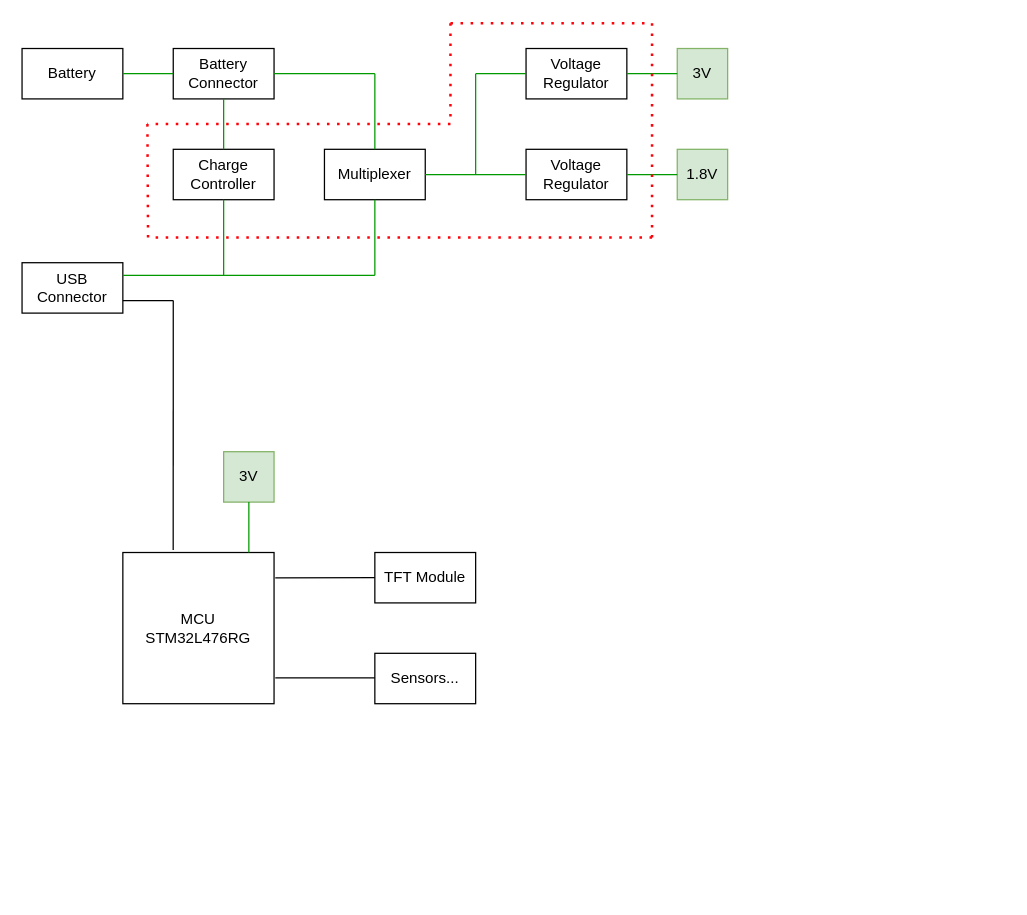
This is hw/smart_watch_diagram.drawio from zzatuchni/smart_watch, a draw.io file, before an edit. Source tidied: cells renumbered, new cells numbered last; positions are measured from the earlier drawing's top-left corner, leaving out a move shared by most shapes. Both pictures are drawn from the tidied source at 126%, with x=0, y=0 at pixel (21, 23).
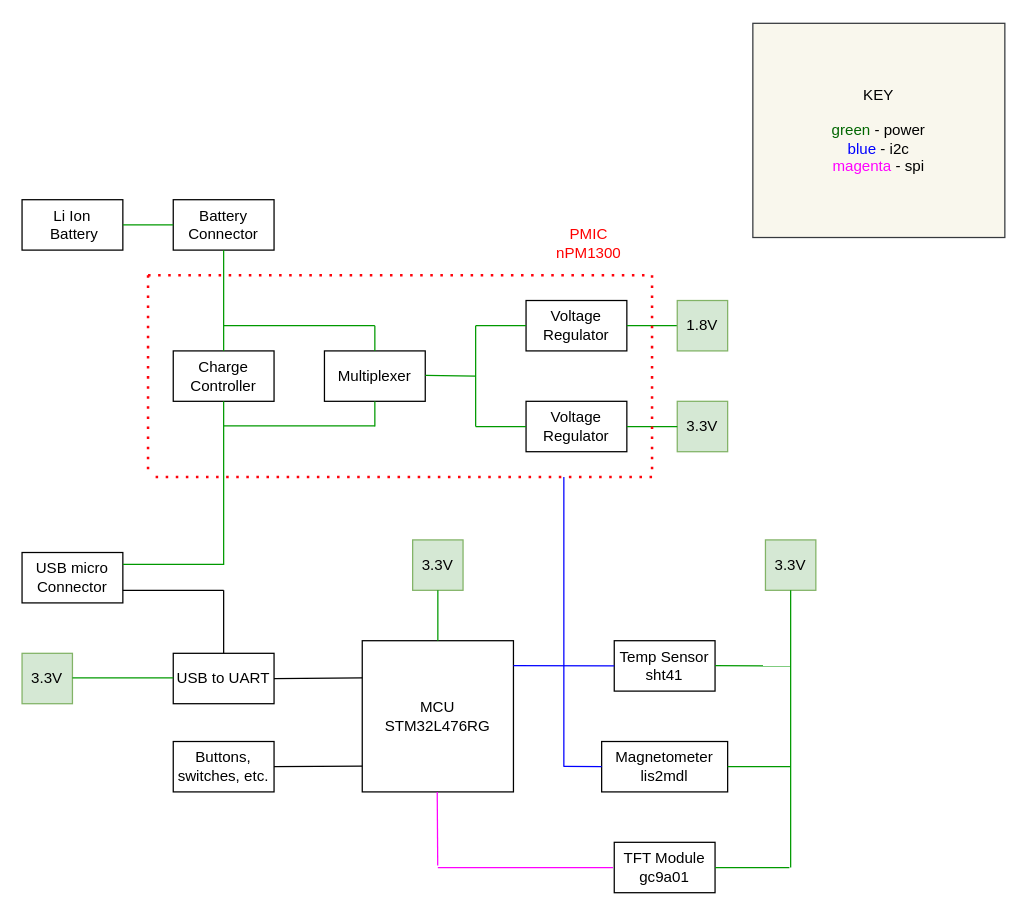
The same diagram, later.

Change to the diagram source:
```diff
@@
     <mxCell id="2" value="&lt;div&gt;MCU&lt;br&gt;&lt;/div&gt;&lt;div&gt;STM32L476RG&lt;/div&gt;" style="rounded=0;whiteSpace=wrap;html=1;" parent="1" vertex="1">
-      <mxGeometry x="80" y="420" width="120" height="120" as="geometry" />
+      <mxGeometry x="270" y="490" width="120" height="120" as="geometry" />
     </mxCell>
-    <mxCell id="3" value="Battery" style="rounded=0;whiteSpace=wrap;html=1;" parent="1" vertex="1">
-      <mxGeometry y="20" width="80" height="40" as="geometry" />
+    <mxCell id="3" value="&lt;div&gt;Li Ion&lt;/div&gt;&lt;div&gt;&amp;nbsp;Battery&lt;/div&gt;" style="rounded=0;whiteSpace=wrap;html=1;" parent="1" vertex="1">
+      <mxGeometry y="140" width="80" height="40" as="geometry" />
     </mxCell>
     <mxCell id="4" value="&lt;div&gt;Battery &lt;br&gt;&lt;/div&gt;&lt;div&gt;Connector&lt;/div&gt;" style="rounded=0;whiteSpace=wrap;html=1;" parent="1" vertex="1">
-      <mxGeometry x="120" y="20" width="80" height="40" as="geometry" />
+      <mxGeometry x="120" y="140" width="80" height="40" as="geometry" />
     </mxCell>
-    <mxCell id="5" value="USB Connector" style="rounded=0;whiteSpace=wrap;html=1;" parent="1" vertex="1">
-      <mxGeometry y="190" width="80" height="40" as="geometry" />
+    <mxCell id="5" value="USB micro Connector" style="rounded=0;whiteSpace=wrap;html=1;" parent="1" vertex="1">
+      <mxGeometry y="420" width="80" height="40" as="geometry" />
     </mxCell>
-    <mxCell id="6" value="TFT Module" style="rounded=0;whiteSpace=wrap;html=1;" parent="1" vertex="1">
-      <mxGeometry x="280" y="420" width="80" height="40" as="geometry" />
+    <mxCell id="6" value="&lt;div&gt;TFT Module&lt;/div&gt;&lt;div&gt;gc9a01&lt;br&gt;&lt;/div&gt;" style="rounded=0;whiteSpace=wrap;html=1;" parent="1" vertex="1">
+      <mxGeometry x="470" y="650" width="80" height="40" as="geometry" />
     </mxCell>
-    <mxCell id="7" value="Sensors..." style="rounded=0;whiteSpace=wrap;html=1;" parent="1" vertex="1">
-      <mxGeometry x="280" y="500" width="80" height="40" as="geometry" />
+    <mxCell id="7" value="&lt;div&gt;Temp Sensor&lt;/div&gt;&lt;div&gt;sht41&lt;br&gt;&lt;/div&gt;" style="rounded=0;whiteSpace=wrap;html=1;" parent="1" vertex="1">
+      <mxGeometry x="470" y="490" width="80" height="40" as="geometry" />
     </mxCell>
@@
     <mxCell id="9" value="&lt;div&gt;Voltage Regulator&lt;/div&gt;" style="rounded=0;whiteSpace=wrap;html=1;" parent="1" vertex="1">
-      <mxGeometry x="400" y="100" width="80" height="40" as="geometry" />
+      <mxGeometry x="400" y="300" width="80" height="40" as="geometry" />
     </mxCell>
     <mxCell id="10" value="Multiplexer" style="rounded=0;whiteSpace=wrap;html=1;" parent="1" vertex="1">
-      <mxGeometry x="240" y="100" width="80" height="40" as="geometry" />
+      <mxGeometry x="240" y="260" width="80" height="40" as="geometry" />
     </mxCell>
-    <mxCell id="11" value="1.8V" style="rounded=0;whiteSpace=wrap;html=1;fillColor=#d5e8d4;strokeColor=#82b366;" parent="1" vertex="1">
-      <mxGeometry x="520" y="100" width="40" height="40" as="geometry" />
+    <mxCell id="11" value="3.3V" style="rounded=0;whiteSpace=wrap;html=1;fillColor=#d5e8d4;strokeColor=#82b366;" parent="1" vertex="1">
+      <mxGeometry x="520" y="300" width="40" height="40" as="geometry" />
     </mxCell>
@@
-    <mxCell id="13" style="endArrow=none;html=1;rounded=0;exitX=1.008;exitY=0.167;exitDx=0;exitDy=0;exitPerimeter=0;" parent="1" edge="1" source="2">
+    <mxCell id="13" style="endArrow=none;html=1;rounded=0;strokeColor=#FF00FF;" parent="1" edge="1">
       <mxGeometry relative="1" as="geometry">
-        <mxPoint x="280" y="440" as="targetPoint" />
+        <mxPoint x="330" y="670" as="sourcePoint" />
+        <mxPoint x="469" y="670" as="targetPoint" />
       </mxGeometry>
     </mxCell>
-    <mxCell id="14" style="endArrow=none;html=1;rounded=0;exitX=1.008;exitY=0.167;exitDx=0;exitDy=0;exitPerimeter=0;" parent="1" edge="1">
-      <mxGeometry relative="1" as="geometry">
-        <mxPoint x="201" y="519.5" as="sourcePoint" />
-        <mxPoint x="280" y="519.5" as="targetPoint" />
-      </mxGeometry>
-    </mxCell>
-    <mxCell id="15" value="3V" style="rounded=0;whiteSpace=wrap;html=1;fillColor=#d5e8d4;strokeColor=#82b366;" parent="1" vertex="1">
-      <mxGeometry x="160" y="340" width="40" height="40" as="geometry" />
+    <mxCell id="15" value="&lt;div&gt;3.3V&lt;/div&gt;" style="rounded=0;whiteSpace=wrap;html=1;fillColor=#d5e8d4;strokeColor=#82b366;" parent="1" vertex="1">
+      <mxGeometry x="310" y="410" width="40" height="40" as="geometry" />
     </mxCell>
     <mxCell id="16" style="endArrow=none;html=1;rounded=0;entryX=0.5;entryY=1;entryDx=0;entryDy=0;strokeColor=#009900;" parent="1" edge="1" target="15">
       <mxGeometry relative="1" as="geometry">
-        <mxPoint x="180" y="420" as="sourcePoint" />
+        <mxPoint x="330" y="490" as="sourcePoint" />
       </mxGeometry>
     </mxCell>
     <mxCell id="17" value="&lt;div&gt;Voltage Regulator&lt;/div&gt;" style="rounded=0;whiteSpace=wrap;html=1;" parent="1" vertex="1">
-      <mxGeometry x="400" y="20" width="80" height="40" as="geometry" />
+      <mxGeometry x="400" y="220" width="80" height="40" as="geometry" />
     </mxCell>
-    <mxCell id="18" value="3V" style="rounded=0;whiteSpace=wrap;html=1;fillColor=#d5e8d4;strokeColor=#82b366;" parent="1" vertex="1">
-      <mxGeometry x="520" y="20" width="40" height="40" as="geometry" />
-    </mxCell>
-    <mxCell id="19" style="endArrow=none;html=1;rounded=0;exitX=1;exitY=0.5;exitDx=0;exitDy=0;entryX=0;entryY=0.5;entryDx=0;entryDy=0;strokeColor=#009900;" parent="1" edge="1" source="17" target="18">
-      <mxGeometry relative="1" as="geometry" />
+    <mxCell id="19" style="endArrow=none;html=1;rounded=0;exitX=1;exitY=0.5;exitDx=0;exitDy=0;entryX=0;entryY=0.5;entryDx=0;entryDy=0;strokeColor=#009900;" parent="1" edge="1" source="17">
+      <mxGeometry relative="1" as="geometry">
+        <mxPoint x="520" y="240" as="targetPoint" />
+      </mxGeometry>
     </mxCell>
     <mxCell id="20" style="endArrow=none;html=1;rounded=0;strokeColor=#009900;" parent="1" edge="1">
       <mxGeometry relative="1" as="geometry">
-        <mxPoint x="360" y="120" as="sourcePoint" />
-        <mxPoint x="360" y="40" as="targetPoint" />
+        <mxPoint x="360" y="320" as="sourcePoint" />
+        <mxPoint x="360" y="240" as="targetPoint" />
       </mxGeometry>
     </mxCell>
     <mxCell id="21" style="endArrow=none;html=1;rounded=0;entryX=0;entryY=0.5;entryDx=0;entryDy=0;strokeColor=#009900;" parent="1" edge="1" target="17">
       <mxGeometry relative="1" as="geometry">
-        <mxPoint x="360" y="40" as="sourcePoint" />
+        <mxPoint x="360" y="240" as="sourcePoint" />
       </mxGeometry>
     </mxCell>
     <mxCell id="22" value="Charge Controller" style="rounded=0;whiteSpace=wrap;html=1;" parent="1" vertex="1">
-      <mxGeometry x="120" y="100" width="80" height="40" as="geometry" />
+      <mxGeometry x="120" y="260" width="80" height="40" as="geometry" />
     </mxCell>
@@
     <mxCell id="24" style="endArrow=none;html=1;rounded=0;entryX=0.5;entryY=1;entryDx=0;entryDy=0;strokeColor=#009900;" parent="1" edge="1" target="22">
       <mxGeometry relative="1" as="geometry">
-        <mxPoint x="160" y="200" as="sourcePoint" />
+        <mxPoint x="160" y="430" as="sourcePoint" />
       </mxGeometry>
     </mxCell>
-    <mxCell id="25" style="endArrow=none;html=1;rounded=0;entryX=0;entryY=0.5;entryDx=0;entryDy=0;exitX=1;exitY=0.5;exitDx=0;exitDy=0;strokeColor=#009900;" parent="1" edge="1" source="10" target="9">
-      <mxGeometry relative="1" as="geometry" />
+    <mxCell id="25" style="endArrow=none;html=1;rounded=0;entryX=0;entryY=0.5;entryDx=0;entryDy=0;strokeColor=#009900;" parent="1" edge="1" target="9">
+      <mxGeometry relative="1" as="geometry">
+        <mxPoint x="360" y="320" as="sourcePoint" />
+      </mxGeometry>
     </mxCell>
-    <mxCell id="26" style="endArrow=none;html=1;rounded=0;exitX=1;exitY=0.5;exitDx=0;exitDy=0;strokeColor=#009900;" parent="1" edge="1" source="4">
+    <mxCell id="26" style="endArrow=none;html=1;rounded=0;strokeColor=#009900;" parent="1" edge="1">
       <mxGeometry relative="1" as="geometry">
-        <mxPoint x="280" y="40" as="targetPoint" />
+        <mxPoint x="160" y="240" as="sourcePoint" />
+        <mxPoint x="280" y="240" as="targetPoint" />
       </mxGeometry>
     </mxCell>
     <mxCell id="27" style="endArrow=none;html=1;rounded=0;exitX=0.5;exitY=0;exitDx=0;exitDy=0;strokeColor=#009900;" parent="1" edge="1" source="10">
       <mxGeometry relative="1" as="geometry">
-        <mxPoint x="280" y="40" as="targetPoint" />
+        <mxPoint x="280" y="240" as="targetPoint" />
       </mxGeometry>
     </mxCell>
     <mxCell id="28" style="endArrow=none;html=1;rounded=0;entryX=0.5;entryY=1;entryDx=0;entryDy=0;strokeColor=#009900;" parent="1" edge="1" target="10">
       <mxGeometry relative="1" as="geometry">
-        <mxPoint x="280" y="200" as="sourcePoint" />
+        <mxPoint x="280" y="320" as="sourcePoint" />
       </mxGeometry>
     </mxCell>
-    <mxCell id="29" style="endArrow=none;html=1;rounded=0;exitX=1;exitY=0.25;exitDx=0;exitDy=0;strokeColor=#009900;" parent="1" edge="1" source="5">
-      <mxGeometry relative="1" as="geometry">
-        <mxPoint x="280" y="200" as="targetPoint" />
-      </mxGeometry>
-    </mxCell>
     <mxCell id="30" style="endArrow=none;dashed=1;html=1;dashPattern=1 3;strokeWidth=2;rounded=0;strokeColor=#FF030B;" parent="1" edge="1">
       <mxGeometry relative="1" as="geometry">
-        <mxPoint x="340" as="sourcePoint" />
-        <mxPoint x="500" as="targetPoint" />
+        <mxPoint x="100" y="200" as="sourcePoint" />
+        <mxPoint x="500" y="200" as="targetPoint" />
       </mxGeometry>
     </mxCell>
-    <mxCell id="31" style="endArrow=none;dashed=1;html=1;dashPattern=1 3;strokeWidth=2;rounded=0;strokeColor=#FF030B;" parent="1" edge="1">
-      <mxGeometry relative="1" as="geometry">
-        <mxPoint x="340" as="sourcePoint" />
-        <mxPoint x="340" y="80" as="targetPoint" />
-      </mxGeometry>
-    </mxCell>
-    <mxCell id="32" style="endArrow=none;dashed=1;html=1;dashPattern=1 3;strokeWidth=2;rounded=0;strokeColor=#FF030B;" parent="1" edge="1">
-      <mxGeometry relative="1" as="geometry">
-        <mxPoint x="340" y="80" as="sourcePoint" />
-        <mxPoint x="99.5" y="80" as="targetPoint" />
-      </mxGeometry>
-    </mxCell>
     <mxCell id="33" style="endArrow=none;dashed=1;html=1;dashPattern=1 3;strokeWidth=2;rounded=0;strokeColor=#FF030B;" parent="1" edge="1">
       <mxGeometry relative="1" as="geometry">
-        <mxPoint x="500" y="170" as="sourcePoint" />
-        <mxPoint x="100" y="170" as="targetPoint" />
+        <mxPoint x="500" y="360" as="sourcePoint" />
+        <mxPoint x="100" y="360" as="targetPoint" />
       </mxGeometry>
     </mxCell>
     <mxCell id="34" style="endArrow=none;dashed=1;html=1;dashPattern=1 3;strokeWidth=2;rounded=0;strokeColor=#FF030B;" parent="1" edge="1">
       <mxGeometry relative="1" as="geometry">
-        <mxPoint x="500" as="sourcePoint" />
-        <mxPoint x="500" y="170" as="targetPoint" />
+        <mxPoint x="500" y="200" as="sourcePoint" />
+        <mxPoint x="500" y="360" as="targetPoint" />
       </mxGeometry>
     </mxCell>
     <mxCell id="35" style="endArrow=none;dashed=1;html=1;dashPattern=1 3;strokeWidth=2;rounded=0;strokeColor=#FF030B;" parent="1" edge="1">
       <mxGeometry relative="1" as="geometry">
-        <mxPoint x="99.5" y="80" as="sourcePoint" />
-        <mxPoint x="100" y="170" as="targetPoint" />
+        <mxPoint x="100" y="200" as="sourcePoint" />
+        <mxPoint x="100" y="360" as="targetPoint" />
       </mxGeometry>
     </mxCell>
-    <mxCell id="36" style="endArrow=none;html=1;rounded=0;exitX=1;exitY=0.75;exitDx=0;exitDy=0;" parent="1" edge="1" source="5">
-      <mxGeometry relative="1" as="geometry">
-        <mxPoint x="120" y="220" as="targetPoint" />
-      </mxGeometry>
-    </mxCell>
-    <mxCell id="37" style="endArrow=none;html=1;rounded=0;exitX=0.333;exitY=-0.017;exitDx=0;exitDy=0;exitPerimeter=0;" parent="1" edge="1" source="2">
-      <mxGeometry relative="1" as="geometry">
-        <mxPoint x="120" y="220" as="targetPoint" />
-      </mxGeometry>
-    </mxCell>
+    <mxCell id="38" value="&lt;div&gt;Magnetometer&lt;/div&gt;&lt;div&gt;lis2mdl&lt;br&gt;&lt;/div&gt;" style="rounded=0;whiteSpace=wrap;html=1;" parent="1" vertex="1">
+      <mxGeometry x="460" y="570" width="100" height="40" as="geometry" />
+    </mxCell>
+    <mxCell id="39" value="&lt;div&gt;3.3V&lt;/div&gt;" style="rounded=0;whiteSpace=wrap;html=1;fillColor=#d5e8d4;strokeColor=#82b366;" parent="1" vertex="1">
+      <mxGeometry x="590" y="410" width="40" height="40" as="geometry" />
+    </mxCell>
+    <mxCell id="40" style="endArrow=none;html=1;rounded=0;strokeColor=#009900;exitX=1;exitY=0.5;exitDx=0;exitDy=0;" parent="1" edge="1" source="6">
+      <mxGeometry relative="1" as="geometry">
+        <mxPoint x="609" y="670" as="targetPoint" />
+      </mxGeometry>
+    </mxCell>
+    <mxCell id="41" style="endArrow=none;html=1;rounded=0;strokeColor=#009900;exitX=1;exitY=0.5;exitDx=0;exitDy=0;" parent="1" edge="1">
+      <mxGeometry relative="1" as="geometry">
+        <mxPoint x="550" y="509.7" as="sourcePoint" />
+        <mxPoint x="610" y="510" as="targetPoint" />
+      </mxGeometry>
+    </mxCell>
+    <mxCell id="42" style="endArrow=none;html=1;rounded=0;strokeColor=#009900;exitX=1;exitY=0.5;exitDx=0;exitDy=0;" parent="1" edge="1" source="38">
+      <mxGeometry relative="1" as="geometry">
+        <mxPoint x="610" y="590" as="targetPoint" />
+      </mxGeometry>
+    </mxCell>
+    <mxCell id="43" style="endArrow=none;html=1;rounded=0;entryX=0.5;entryY=1;entryDx=0;entryDy=0;strokeColor=#009900;" parent="1" edge="1" target="39">
+      <mxGeometry relative="1" as="geometry">
+        <mxPoint x="610" y="670" as="sourcePoint" />
+      </mxGeometry>
+    </mxCell>
+    <mxCell id="44" style="endArrow=none;html=1;rounded=0;strokeColor=#0000FF;exitX=1;exitY=0.5;exitDx=0;exitDy=0;entryX=0;entryY=0.5;entryDx=0;entryDy=0;" parent="1" edge="1" target="7">
+      <mxGeometry relative="1" as="geometry">
+        <mxPoint x="390" y="509.7" as="sourcePoint" />
+      </mxGeometry>
+    </mxCell>
+    <mxCell id="45" style="endArrow=none;html=1;rounded=0;strokeColor=#0000FF;" parent="1" edge="1">
+      <mxGeometry relative="1" as="geometry">
+        <mxPoint x="430" y="510" as="sourcePoint" />
+        <mxPoint x="430" y="590" as="targetPoint" />
+      </mxGeometry>
+    </mxCell>
+    <mxCell id="46" style="endArrow=none;html=1;rounded=0;strokeColor=#0000FF;exitX=1;exitY=0.5;exitDx=0;exitDy=0;" parent="1" edge="1">
+      <mxGeometry relative="1" as="geometry">
+        <mxPoint x="430" y="589.7" as="sourcePoint" />
+        <mxPoint x="460" y="590" as="targetPoint" />
+      </mxGeometry>
+    </mxCell>
+    <mxCell id="47" style="endArrow=none;html=1;rounded=0;strokeColor=#FF00FF;exitX=0.672;exitY=1.013;exitDx=0;exitDy=0;exitPerimeter=0;" parent="1" edge="1">
+      <mxGeometry relative="1" as="geometry">
+        <mxPoint x="329.5" y="610" as="sourcePoint" />
+        <mxPoint x="329.9" y="668.4" as="targetPoint" />
+      </mxGeometry>
+    </mxCell>
+    <mxCell id="48" value="&lt;div&gt;KEY&lt;/div&gt;&lt;div&gt;&lt;br&gt;&lt;/div&gt;&lt;div&gt;&lt;span style=&quot;color: rgb(0, 102, 0);&quot;&gt;green &lt;/span&gt;- power&lt;/div&gt;&lt;div&gt;&lt;span style=&quot;color: rgb(0, 0, 255);&quot;&gt;blue &lt;/span&gt;- i2c&lt;/div&gt;&lt;div&gt;&lt;span style=&quot;color: rgb(255, 0, 255);&quot;&gt;magenta&lt;/span&gt; - spi&lt;/div&gt;" style="rounded=0;whiteSpace=wrap;html=1;fillColor=#f9f7ed;strokeColor=#36393d;" parent="1" vertex="1">
+      <mxGeometry x="580" width="200" height="170" as="geometry" />
+    </mxCell>
+    <mxCell id="49" value="&lt;div&gt;PMIC&lt;br&gt;&lt;/div&gt;&lt;div&gt;nPM1300&lt;/div&gt;" style="text;html=1;align=center;verticalAlign=middle;whiteSpace=wrap;rounded=0;fontColor=#FF0000;" parent="1" vertex="1">
+      <mxGeometry x="420" y="160" width="60" height="30" as="geometry" />
+    </mxCell>
+    <mxCell id="50" value="1.8V" style="rounded=0;whiteSpace=wrap;html=1;fillColor=#d5e8d4;strokeColor=#82b366;" parent="1" vertex="1">
+      <mxGeometry x="520" y="220" width="40" height="40" as="geometry" />
+    </mxCell>
+    <mxCell id="51" style="endArrow=none;html=1;rounded=0;strokeColor=#0000FF;" parent="1" edge="1">
+      <mxGeometry relative="1" as="geometry">
+        <mxPoint x="430" y="360" as="sourcePoint" />
+        <mxPoint x="430" y="510" as="targetPoint" />
+      </mxGeometry>
+    </mxCell>
+    <mxCell id="52" style="endArrow=none;html=1;rounded=0;strokeColor=#009900;" parent="1" edge="1">
+      <mxGeometry relative="1" as="geometry">
+        <mxPoint x="160" y="319.5" as="sourcePoint" />
+        <mxPoint x="280" y="319.5" as="targetPoint" />
+      </mxGeometry>
+    </mxCell>
+    <mxCell id="53" style="endArrow=none;html=1;rounded=0;strokeColor=#009900;" parent="1" edge="1">
+      <mxGeometry relative="1" as="geometry">
+        <mxPoint x="320" y="279.5" as="sourcePoint" />
+        <mxPoint x="360" y="280" as="targetPoint" />
+      </mxGeometry>
+    </mxCell>
+    <mxCell id="54" style="endArrow=none;html=1;rounded=0;entryX=1;entryY=0.5;entryDx=0;entryDy=0;strokeColor=#009900;" parent="1" edge="1">
+      <mxGeometry relative="1" as="geometry">
+        <mxPoint x="160" y="429.5" as="sourcePoint" />
+        <mxPoint x="80" y="429.5" as="targetPoint" />
+      </mxGeometry>
+    </mxCell>
+    <mxCell id="55" value="USB to UART" style="rounded=0;whiteSpace=wrap;html=1;" parent="1" vertex="1">
+      <mxGeometry x="120" y="500" width="80" height="40" as="geometry" />
+    </mxCell>
+    <mxCell id="56" style="endArrow=none;html=1;rounded=0;entryX=1;entryY=0.75;entryDx=0;entryDy=0;strokeColor=#000000;" parent="1" edge="1" target="5">
+      <mxGeometry relative="1" as="geometry">
+        <mxPoint x="160" y="450" as="sourcePoint" />
+      </mxGeometry>
+    </mxCell>
+    <mxCell id="57" style="endArrow=none;html=1;rounded=0;strokeColor=#000000;exitX=0.5;exitY=0;exitDx=0;exitDy=0;" parent="1" edge="1" source="55">
+      <mxGeometry relative="1" as="geometry">
+        <mxPoint x="160" y="450" as="targetPoint" />
+      </mxGeometry>
+    </mxCell>
+    <mxCell id="58" style="endArrow=none;html=1;rounded=0;strokeColor=#000000;" parent="1" edge="1">
+      <mxGeometry relative="1" as="geometry">
+        <mxPoint x="270" y="519.5" as="sourcePoint" />
+        <mxPoint x="200" y="520" as="targetPoint" />
+      </mxGeometry>
+    </mxCell>
+    <mxCell id="59" value="&lt;div&gt;3.3V&lt;/div&gt;" style="rounded=0;whiteSpace=wrap;html=1;fillColor=#d5e8d4;strokeColor=#82b366;" parent="1" vertex="1">
+      <mxGeometry y="500" width="40" height="40" as="geometry" />
+    </mxCell>
+    <mxCell id="60" style="endArrow=none;html=1;rounded=0;entryX=1;entryY=0.5;entryDx=0;entryDy=0;strokeColor=#009900;" parent="1" edge="1">
+      <mxGeometry relative="1" as="geometry">
+        <mxPoint x="120" y="519.5" as="sourcePoint" />
+        <mxPoint x="40" y="519.5" as="targetPoint" />
+      </mxGeometry>
+    </mxCell>
+    <mxCell id="61" value="Buttons, switches, etc." style="rounded=0;whiteSpace=wrap;html=1;" parent="1" vertex="1">
+      <mxGeometry x="120" y="570" width="80" height="40" as="geometry" />
+    </mxCell>
+    <mxCell id="62" style="endArrow=none;html=1;rounded=0;strokeColor=#000000;" parent="1" edge="1">
+      <mxGeometry relative="1" as="geometry">
+        <mxPoint x="270" y="589.5" as="sourcePoint" />
+        <mxPoint x="200" y="590" as="targetPoint" />
+      </mxGeometry>
+    </mxCell>
```
